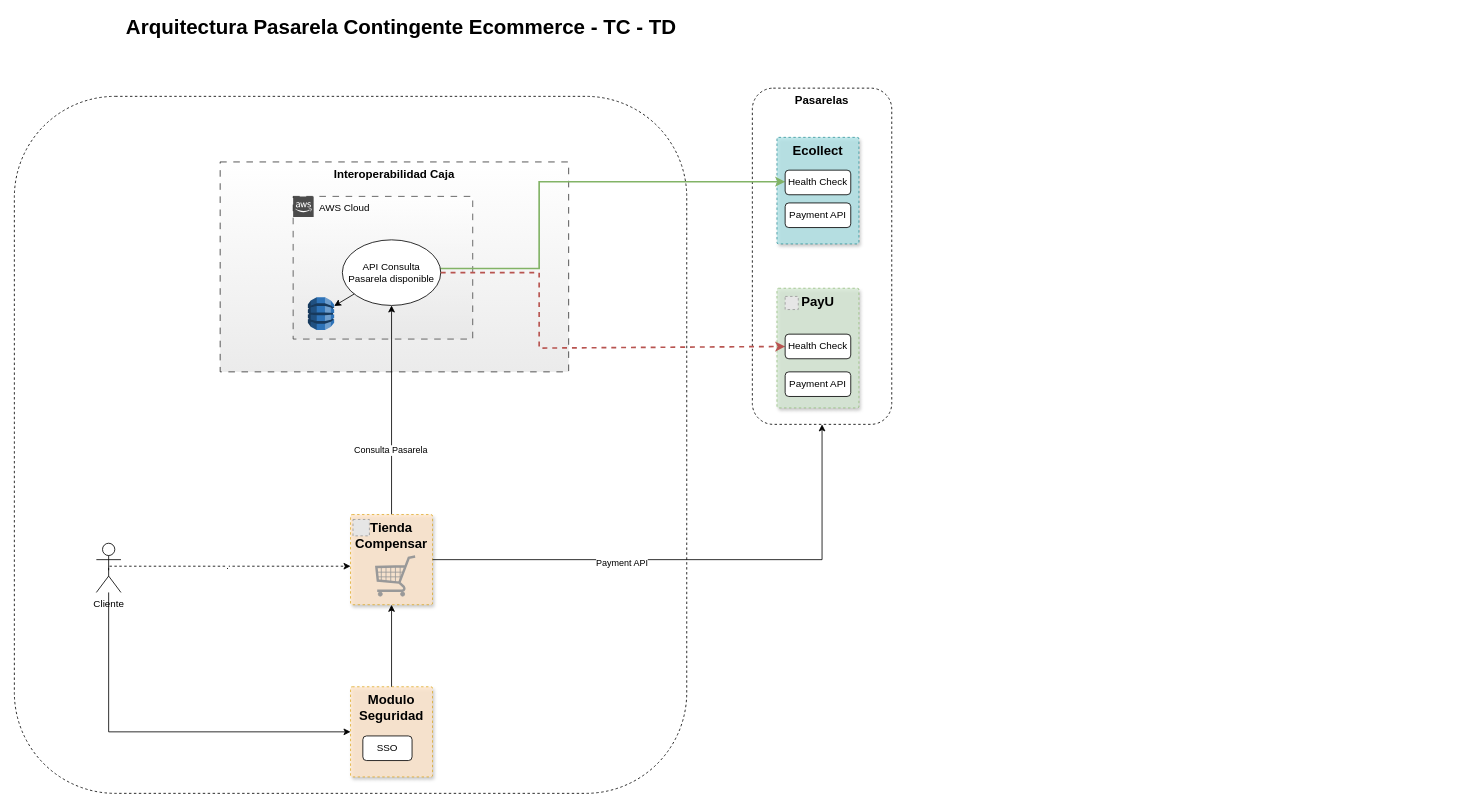
The draw.io diagram page "Tienda" (1 of 3) of Pasarela contingente.drawio in carlosvalderrama1204/diagrams, before the edit. Source tidied: cells renumbered, new cells numbered last; positions are measured from the earlier drawing's top-left corner, leaving out a move shared by most shapes. Both pictures are drawn from the tidied source at 82%, with x=0, y=0 at pixel (14, 14). Pictures stored in the file or linked from it are replaced by grey dashed boxes.
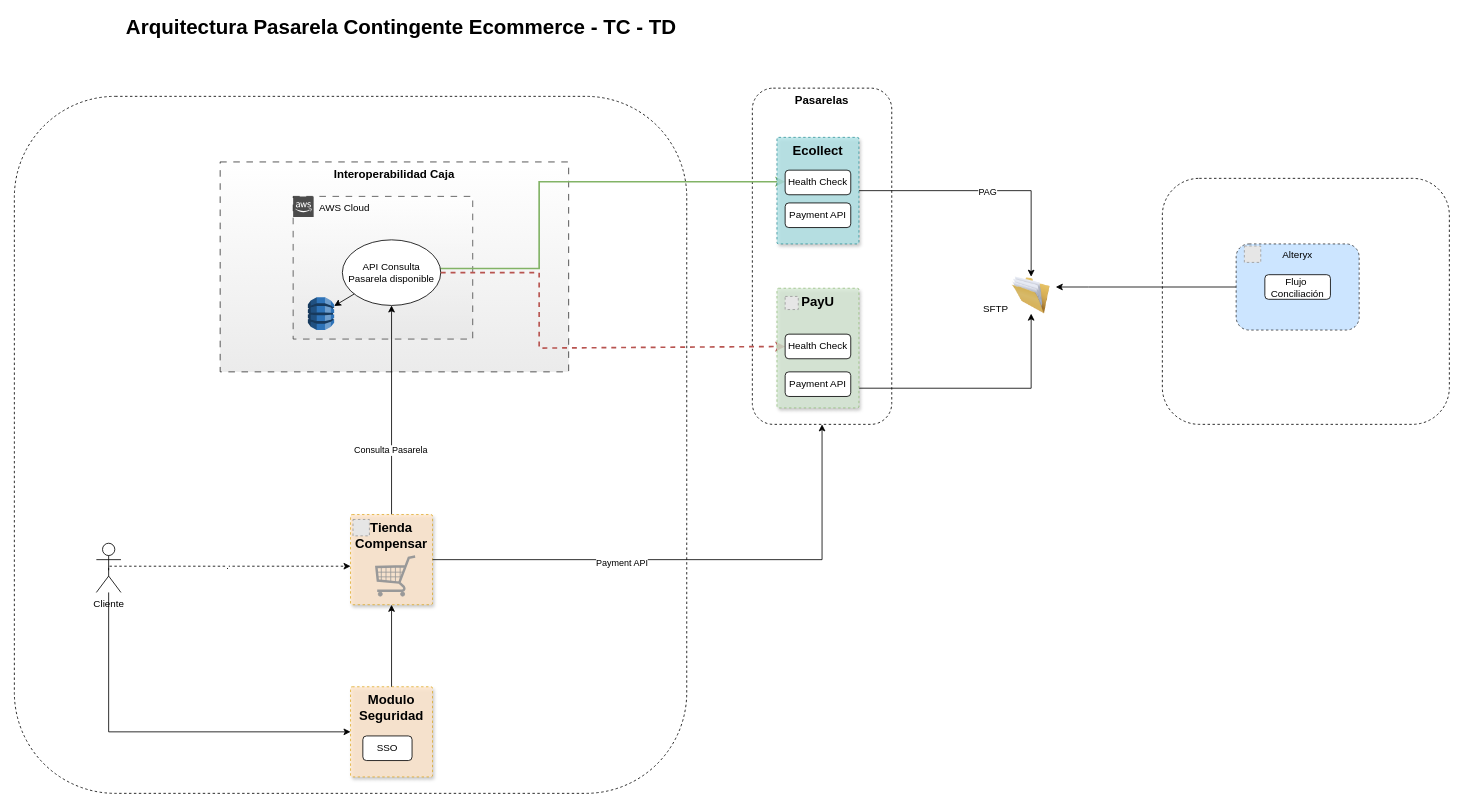
After the change.

What changed in the source:
```diff
@@
-    <mxCell id="8" value="Ecollect" style="rounded=1;whiteSpace=wrap;html=1;labelBackgroundColor=none;labelBorderColor=none;fillStyle=auto;strokeColor=#0e8088;fontSize=16;fillColor=#b0e3e6;opacity=80;verticalAlign=top;align=center;dashed=1;arcSize=2;fontStyle=1;shadow=1;" parent="1" vertex="1">
-      <mxGeometry x="930" y="150" width="100" height="130" as="geometry" />
-    </mxCell>
-    <mxCell id="9" value="PayU" style="rounded=1;whiteSpace=wrap;html=1;labelBackgroundColor=none;labelBorderColor=none;fillStyle=auto;strokeColor=#82b366;fontSize=16;fillColor=#d5e8d4;opacity=80;verticalAlign=top;align=center;dashed=1;arcSize=2;fontStyle=1;shadow=1;" parent="1" vertex="1">
-      <mxGeometry x="930" y="334" width="100" height="146" as="geometry" />
-    </mxCell>
-    <mxCell id="10" style="fillColor=#E6E6E6;strokeColor=#999999;dashed=1;verticalLabelPosition=bottom;labelBackgroundColor=default;verticalAlign=top;" parent="1" vertex="1">
-      <mxGeometry x="940" y="344" width="16" height="16" as="geometry" />
-    </mxCell>
@@
-    <mxCell id="18" value="Health Check" style="rounded=1;whiteSpace=wrap;html=1;" parent="1" vertex="1">
-      <mxGeometry x="940" y="190" width="80" height="30" as="geometry" />
-    </mxCell>
-    <mxCell id="19" value="Health Check" style="rounded=1;whiteSpace=wrap;html=1;" parent="1" vertex="1">
-      <mxGeometry x="940" y="390" width="80" height="30" as="geometry" />
-    </mxCell>
@@
+    <mxCell id="34" style="image;html=1;image=img/lib/clip_art/general/Full_Folder_128x128.png;" parent="1" vertex="1">
+      <mxGeometry x="1210" y="320" width="60" height="45" as="geometry" />
+    </mxCell>
+    <mxCell id="35" style="endArrow=classic;html=1;rounded=0;entryX=0.5;entryY=0;entryDx=0;entryDy=0;" parent="1" edge="1" source="8" target="34">
+      <mxGeometry relative="1" as="geometry">
+        <Array as="points">
+          <mxPoint x="1240" y="215" />
+        </Array>
+      </mxGeometry>
+    </mxCell>
+    <mxCell id="36" value="PAG" style="edgeLabel;html=1;align=center;verticalAlign=middle;" parent="35" vertex="1">
+      <mxGeometry x="-0.01" y="-1" relative="1" as="geometry" />
+    </mxCell>
+    <mxCell id="37" value="SFTP&amp;nbsp;&amp;nbsp;" style="text;html=1;align=center;verticalAlign=middle;strokeColor=none;fillColor=none;" parent="1" vertex="1">
+      <mxGeometry x="1170" y="345" width="60" height="30" as="geometry" />
+    </mxCell>
+    <mxCell id="38" style="rounded=1;whiteSpace=wrap;html=1;dashed=1;" parent="1" vertex="1">
+      <mxGeometry x="1400" y="200" width="350" height="300" as="geometry" />
+    </mxCell>
+    <mxCell id="39" style="group;" parent="1" vertex="1">
+      <mxGeometry x="1490" y="280" width="150" height="105" as="geometry" />
+    </mxCell>
+    <mxCell id="40" value="Alteryx" style="rounded=1;whiteSpace=wrap;html=1;dashed=1;verticalAlign=top;fillColor=#cce5ff;strokeColor=#36393d;" parent="39" vertex="1">
+      <mxGeometry width="150" height="105" as="geometry" />
+    </mxCell>
+    <mxCell id="41" style="fillColor=#E6E6E6;strokeColor=#999999;dashed=1;verticalLabelPosition=bottom;labelBackgroundColor=default;verticalAlign=top;" parent="39" vertex="1">
+      <mxGeometry x="10" y="2.5" width="20" height="20" as="geometry" />
+    </mxCell>
+    <mxCell id="42" value="Flujo&amp;nbsp; Conciliación" style="rounded=1;whiteSpace=wrap;html=1;" parent="39" vertex="1">
+      <mxGeometry x="35" y="37.5" width="80" height="30" as="geometry" />
+    </mxCell>
+    <mxCell id="43" style="edgeStyle=orthogonalEdgeStyle;rounded=0;jettySize=auto;html=1;" parent="1" edge="1" source="40" target="34">
+      <mxGeometry relative="1" as="geometry">
+        <Array as="points">
+          <mxPoint x="1310" y="333" />
+          <mxPoint x="1310" y="333" />
+        </Array>
+      </mxGeometry>
+    </mxCell>
+    <mxCell id="44" style="endArrow=classic;html=1;rounded=0;entryX=0.5;entryY=1;entryDx=0;entryDy=0;exitX=1.002;exitY=0.835;exitDx=0;exitDy=0;exitPerimeter=0;" parent="1" edge="1" source="9" target="34">
+      <mxGeometry relative="1" as="geometry">
+        <Array as="points">
+          <mxPoint x="1240" y="456" />
+        </Array>
+      </mxGeometry>
+    </mxCell>
+    <mxCell id="45" style="group;" parent="1" vertex="1">
+      <mxGeometry x="930" y="150" width="100" height="130" as="geometry" />
+    </mxCell>
+    <mxCell id="8" value="Ecollect" style="rounded=1;whiteSpace=wrap;html=1;labelBackgroundColor=none;labelBorderColor=none;fillStyle=auto;strokeColor=#0e8088;fontSize=16;fillColor=#b0e3e6;opacity=80;verticalAlign=top;align=center;dashed=1;arcSize=2;fontStyle=1;shadow=1;" parent="45" vertex="1">
+      <mxGeometry width="100" height="130" as="geometry" />
+    </mxCell>
+    <mxCell id="18" value="Health Check" style="rounded=1;whiteSpace=wrap;html=1;" parent="45" vertex="1">
+      <mxGeometry x="10" y="40" width="80" height="30" as="geometry" />
+    </mxCell>
+    <mxCell id="33" value="Payment API" style="rounded=1;whiteSpace=wrap;html=1;" parent="45" vertex="1">
+      <mxGeometry x="10" y="80" width="80" height="30" as="geometry" />
+    </mxCell>
+    <mxCell id="46" style="group;" parent="1" vertex="1">
+      <mxGeometry x="930" y="334" width="100" height="146" as="geometry" />
+    </mxCell>
+    <mxCell id="9" value="PayU" style="rounded=1;whiteSpace=wrap;html=1;labelBackgroundColor=none;labelBorderColor=none;fillStyle=auto;strokeColor=#82b366;fontSize=16;fillColor=#d5e8d4;opacity=80;verticalAlign=top;align=center;dashed=1;arcSize=2;fontStyle=1;shadow=1;" parent="46" vertex="1">
+      <mxGeometry width="100" height="146" as="geometry" />
+    </mxCell>
+    <mxCell id="10" style="fillColor=#E6E6E6;strokeColor=#999999;dashed=1;verticalLabelPosition=bottom;labelBackgroundColor=default;verticalAlign=top;" parent="46" vertex="1">
+      <mxGeometry x="10" y="10" width="16" height="16" as="geometry" />
+    </mxCell>
+    <mxCell id="19" value="Health Check" style="rounded=1;whiteSpace=wrap;html=1;" parent="46" vertex="1">
+      <mxGeometry x="10" y="56" width="80" height="30" as="geometry" />
+    </mxCell>
-    <mxCell id="32" value="Payment API" style="rounded=1;whiteSpace=wrap;html=1;" parent="1" vertex="1">
-      <mxGeometry x="940" y="436" width="80" height="30" as="geometry" />
+    <mxCell id="32" value="Payment API" style="rounded=1;whiteSpace=wrap;html=1;" parent="46" vertex="1">
+      <mxGeometry x="10" y="102" width="80" height="30" as="geometry" />
     </mxCell>
-    <mxCell id="33" value="Payment API" style="rounded=1;whiteSpace=wrap;html=1;" parent="1" vertex="1">
-      <mxGeometry x="940" y="230" width="80" height="30" as="geometry" />
-    </mxCell>
```
